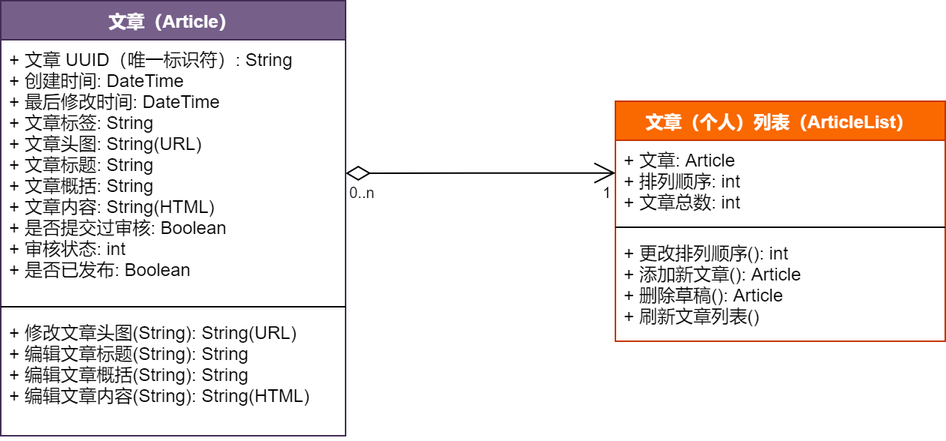
Earlier version of the draw.io export 1-SoftwareRequirements/Editor/editor_class.png (zan-press/diagram). Source tidied: cells renumbered, new cells last; positions are measured from the earlier drawing's top-left corner, leaving out a move shared by most shapes.
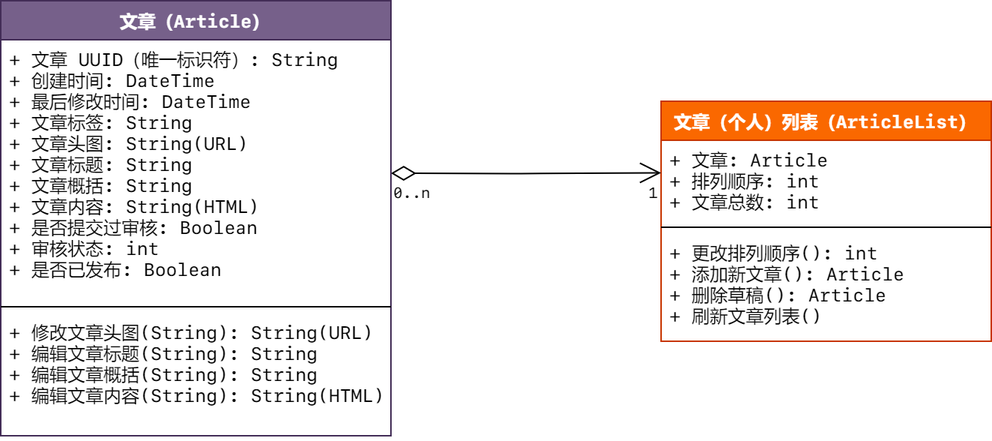
After the commit.

Change to the diagram source:
```diff
@@ -2,40 +2,40 @@
   <root>
     <mxCell id="0" />
     <mxCell id="1" parent="0" />
-    <mxCell id="2" value="文章（个人）列表（ArticleList）" style="swimlane;fontStyle=1;align=center;verticalAlign=top;horizontal=1;startSize=26;fillColor=#fa6800;strokeColor=#C73500;fontColor=#ffffff;" parent="1" vertex="1">
+    <mxCell id="2" value="文章（个人）列表（ArticleList）" style="swimlane;fontStyle=1;align=center;verticalAlign=top;horizontal=1;startSize=26;fillColor=#fa6800;strokeColor=#C73500;fontColor=#ffffff;fontFamily=SF Mono;" parent="1" vertex="1">
       <mxGeometry x="410" y="67" width="220" height="160" as="geometry" />
     </mxCell>
-    <mxCell id="3" value="+ 文章: Article&#10;+ 排列顺序: int&#10;+ 文章总数: int" style="text;strokeColor=none;fillColor=none;align=left;verticalAlign=top;spacingLeft=4;spacingRight=4;overflow=hidden;points=[[0,0.5],[1,0.5]];portConstraint=eastwest;spacing=2;imageAspect=1;noLabel=0;" parent="2" vertex="1">
+    <mxCell id="3" value="+ 文章: Article&#10;+ 排列顺序: int&#10;+ 文章总数: int" style="text;strokeColor=none;fillColor=none;align=left;verticalAlign=top;spacingLeft=4;spacingRight=4;overflow=hidden;points=[[0,0.5],[1,0.5]];portConstraint=eastwest;spacing=2;imageAspect=1;noLabel=0;fontFamily=SF Mono;" parent="2" vertex="1">
       <mxGeometry y="26" width="220" height="54" as="geometry" />
     </mxCell>
-    <mxCell id="4" style="line;strokeWidth=1;fillColor=none;align=left;verticalAlign=middle;spacingTop=-1;spacingLeft=3;spacingRight=3;labelPosition=right;" parent="2" vertex="1">
+    <mxCell id="4" style="line;strokeWidth=1;fillColor=none;align=left;verticalAlign=middle;spacingTop=-1;spacingLeft=3;spacingRight=3;labelPosition=right;fontFamily=SF Mono;" parent="2" vertex="1">
       <mxGeometry y="80" width="220" height="8" as="geometry" />
     </mxCell>
-    <mxCell id="5" value="+ 更改排列顺序(): int&#10;+ 添加新文章(): Article&#10;+ 删除草稿(): Article&#10;+ 刷新文章列表()" style="text;strokeColor=none;fillColor=none;align=left;verticalAlign=top;spacingLeft=4;spacingRight=4;overflow=hidden;" parent="2" vertex="1">
+    <mxCell id="5" value="+ 更改排列顺序(): int&#10;+ 添加新文章(): Article&#10;+ 删除草稿(): Article&#10;+ 刷新文章列表()" style="text;strokeColor=none;fillColor=none;align=left;verticalAlign=top;spacingLeft=4;spacingRight=4;overflow=hidden;fontFamily=SF Mono;" parent="2" vertex="1">
       <mxGeometry y="88" width="220" height="72" as="geometry" />
     </mxCell>
-    <mxCell id="6" style="endArrow=open;html=1;endSize=12;startArrow=diamondThin;startSize=14;startFill=0;edgeStyle=orthogonalEdgeStyle;entryX=0;entryY=0.405;entryDx=0;entryDy=0;entryPerimeter=0;" parent="1" edge="1" target="3">
+    <mxCell id="6" style="endArrow=open;html=1;endSize=12;startArrow=diamondThin;startSize=14;startFill=0;edgeStyle=orthogonalEdgeStyle;entryX=0;entryY=0.405;entryDx=0;entryDy=0;entryPerimeter=0;fontFamily=SF Mono;" parent="1" edge="1" target="3">
       <mxGeometry relative="1" as="geometry">
         <mxPoint x="230" y="115" as="sourcePoint" />
       </mxGeometry>
     </mxCell>
-    <mxCell id="7" value="0..n" style="html=1;align=left;verticalAlign=top;labelBackgroundColor=#ffffff;fontSize=10;" parent="6" vertex="1">
+    <mxCell id="7" value="0..n" style="html=1;align=left;verticalAlign=top;labelBackgroundColor=#ffffff;fontSize=10;fontFamily=SF Mono;" parent="6" vertex="1">
       <mxGeometry x="-1" relative="1" as="geometry" />
     </mxCell>
-    <mxCell id="8" value="1" style="html=1;align=right;verticalAlign=top;labelBackgroundColor=#ffffff;fontSize=10;" parent="6" vertex="1">
+    <mxCell id="8" value="1" style="html=1;align=right;verticalAlign=top;labelBackgroundColor=#ffffff;fontSize=10;fontFamily=SF Mono;" parent="6" vertex="1">
       <mxGeometry x="1" relative="1" as="geometry" />
     </mxCell>
-    <mxCell id="9" value="文章（Article）&#10;" style="swimlane;fontStyle=1;align=center;verticalAlign=top;horizontal=1;startSize=26;fillColor=#76608a;strokeColor=#432D57;fontColor=#ffffff;" parent="1" vertex="1">
-      <mxGeometry width="230" height="290" as="geometry" />
+    <mxCell id="9" value="文章（Article）&#10;" style="swimlane;fontStyle=1;align=center;verticalAlign=top;horizontal=1;startSize=26;fillColor=#76608a;strokeColor=#432D57;fontColor=#ffffff;fontFamily=SF Mono;" parent="1" vertex="1">
+      <mxGeometry x="-30" width="260" height="290" as="geometry" />
     </mxCell>
-    <mxCell id="10" value="+ 文章 UUID（唯一标识符）: String&#10;+ 创建时间: DateTime&#10;+ 最后修改时间: DateTime&#10;+ 文章标签: String&#10;+ 文章头图: String(URL)&#10;+ 文章标题: String&#10;+ 文章概括: String&#10;+ 文章内容: String(HTML)&#10;+ 是否提交过审核: Boolean&#10;+ 审核状态: int&#10;+ 是否已发布: Boolean" style="text;strokeColor=none;fillColor=none;align=left;verticalAlign=top;spacingLeft=4;spacingRight=4;overflow=hidden;spacing=2;imageAspect=1;noLabel=0;" parent="9" vertex="1">
-      <mxGeometry y="26" width="230" height="174" as="geometry" />
+    <mxCell id="10" value="+ 文章 UUID（唯一标识符）: String&#10;+ 创建时间: DateTime&#10;+ 最后修改时间: DateTime&#10;+ 文章标签: String&#10;+ 文章头图: String(URL)&#10;+ 文章标题: String&#10;+ 文章概括: String&#10;+ 文章内容: String(HTML)&#10;+ 是否提交过审核: Boolean&#10;+ 审核状态: int&#10;+ 是否已发布: Boolean" style="text;strokeColor=none;fillColor=none;align=left;verticalAlign=top;spacingLeft=4;spacingRight=4;overflow=hidden;spacing=2;imageAspect=1;noLabel=0;fontFamily=SF Mono;" parent="9" vertex="1">
+      <mxGeometry y="26" width="260" height="174" as="geometry" />
     </mxCell>
-    <mxCell id="11" style="line;strokeWidth=1;fillColor=none;align=left;verticalAlign=middle;spacingTop=-1;spacingLeft=3;spacingRight=3;labelPosition=right;" parent="9" vertex="1">
-      <mxGeometry y="200" width="230" height="8" as="geometry" />
+    <mxCell id="11" style="line;strokeWidth=1;fillColor=none;align=left;verticalAlign=middle;spacingTop=-1;spacingLeft=3;spacingRight=3;labelPosition=right;fontFamily=SF Mono;" parent="9" vertex="1">
+      <mxGeometry y="200" width="260" height="8" as="geometry" />
     </mxCell>
-    <mxCell id="12" value="+ 修改文章头图(String): String(URL)&#10;+ 编辑文章标题(String): String&#10;+ 编辑文章概括(String): String&#10;+ 编辑文章内容(String): String(HTML)" style="text;strokeColor=none;fillColor=none;align=left;verticalAlign=top;spacingLeft=4;spacingRight=4;overflow=hidden;" parent="9" vertex="1">
-      <mxGeometry y="208" width="230" height="82" as="geometry" />
+    <mxCell id="12" value="+ 修改文章头图(String): String(URL)&#10;+ 编辑文章标题(String): String&#10;+ 编辑文章概括(String): String&#10;+ 编辑文章内容(String): String(HTML)" style="text;strokeColor=none;fillColor=none;align=left;verticalAlign=top;spacingLeft=4;spacingRight=4;overflow=hidden;fontFamily=SF Mono;" parent="9" vertex="1">
+      <mxGeometry y="208" width="260" height="82" as="geometry" />
     </mxCell>
   </root>
 </mxGraphModel>
```
